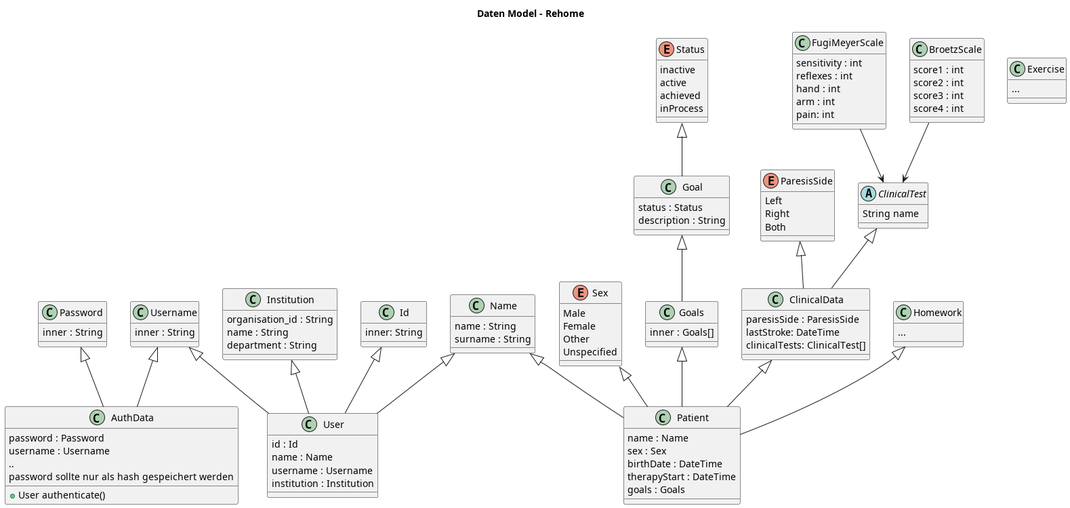
Before: doc/data_model.png, a diagram exported from PlantUML (reTeaming/rehome).
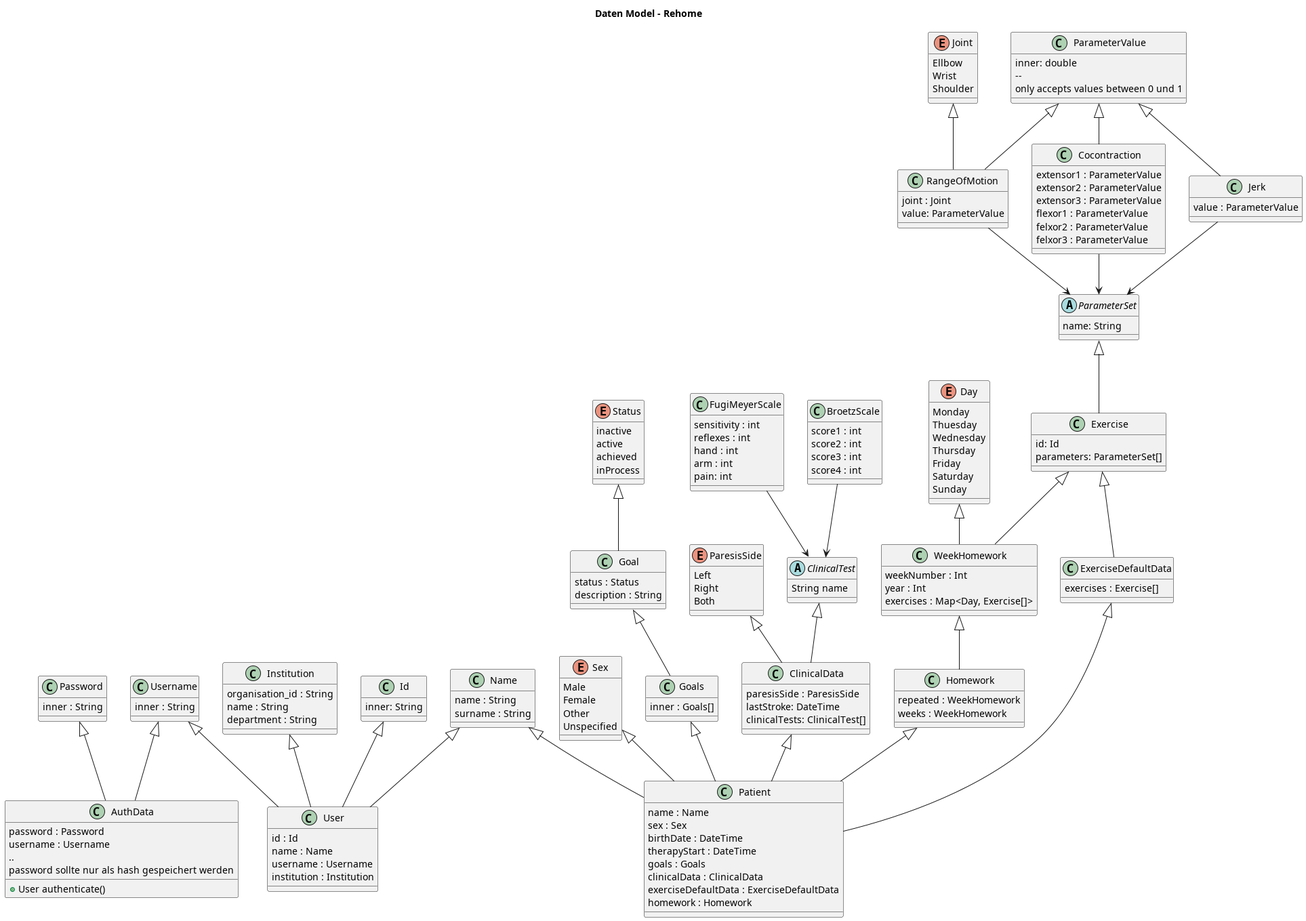
The same file after the commit.

Commit message:
data_model Homework and ExerciseDefaultData

The edit, as a diff of the source:
```diff
@@ -62,6 +62,10 @@
 	birthDate : DateTime
 	therapyStart : DateTime
   goals : Goals
+	clinicalData : ClinicalData
+	exerciseDefaultData : ExerciseDefaultData
+	homework : Homework
+
 }
 
 class Goals{
@@ -111,21 +115,78 @@
 		score4 : int
 }
 
+enum Day {
+		Monday
+		Thuesday
+		Wednesday
+		Thursday
+		Friday
+		Saturday
+		Sunday
+}
 
 class Homework {
-  ...
+	repeated : WeekHomework
+	weeks : WeekHomework
+}
+
+class WeekHomework {
+	 weekNumber : Int
+	 year : Int
+   exercises : Map<Day, Exercise[]>
+}
+
+class ExerciseDefaultData {
+  exercises : Exercise[]
 }
 
 class Exercise {
- ...
+	id: Id
+	parameters: ParameterSet[]
+}
 
+class ParameterValue {
+		inner: double
+		--
+		only accepts values between 0 und 1
 }
+
+abstract class ParameterSet {
+		name: String
+}
+
+enum Joint {
+		Ellbow
+		Wrist
+		Shoulder
+}
+
+class RangeOfMotion {
+		joint : Joint
+		value: ParameterValue
+}
+
+class Cocontraction {
+		extensor1 : ParameterValue
+		extensor2 : ParameterValue
+		extensor3 : ParameterValue
+		flexor1 : ParameterValue
+		felxor2 : ParameterValue
+		felxor3 : ParameterValue
+}
+
+class Jerk {
+		value : ParameterValue
+}
+
+
 
 Sex <|-- Patient
 Name <|-- Patient
 Goals <|-- Patient
 ClinicalData <|-- Patient
 Homework <|-- Patient
+ExerciseDefaultData <|-- Patient
 
 Goal <|-- Goals
 Status <|-- Goal
@@ -135,6 +196,24 @@
 FugiMeyerScale --> ClinicalTest
 BroetzScale --> ClinicalTest
 
+WeekHomework <|-- Homework
+
+Exercise <|-- WeekHomework
+Day <|-- WeekHomework
+
+Exercise <|-- ExerciseDefaultData
+
+ParameterSet <|-- Exercise
+
+Cocontraction --> ParameterSet
+Jerk --> ParameterSet
+RangeOfMotion --> ParameterSet
+
+Joint <|-- RangeOfMotion
+
+ParameterValue <|-- Cocontraction
+ParameterValue <|-- Jerk
+ParameterValue <|-- RangeOfMotion
 
 
 
```
